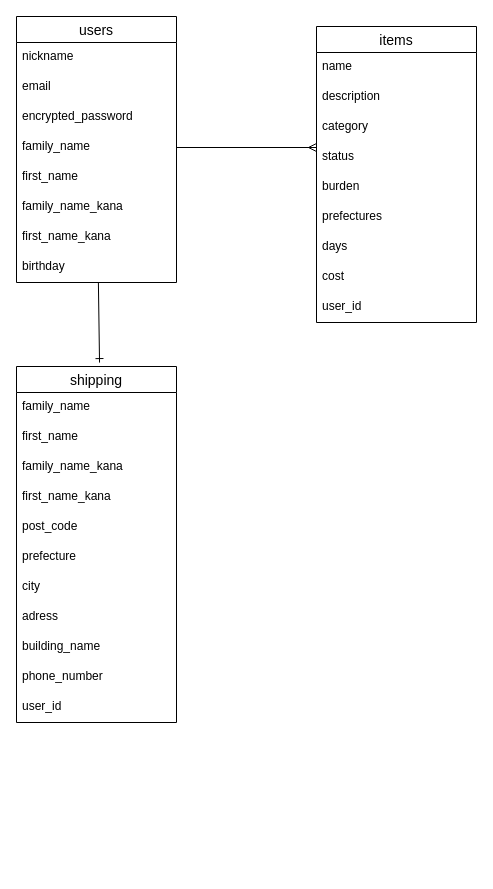
shun-ya/furima-37172 keeps this draw.io diagram as test.dio. Above is the earlier version. Source tidied: cells renumbered, new cells numbered last; positions are measured from the earlier drawing's top-left corner, leaving out a move shared by most shapes. Both pictures are drawn from the tidied source at 100%, with x=0, y=0 at pixel (16, 16).
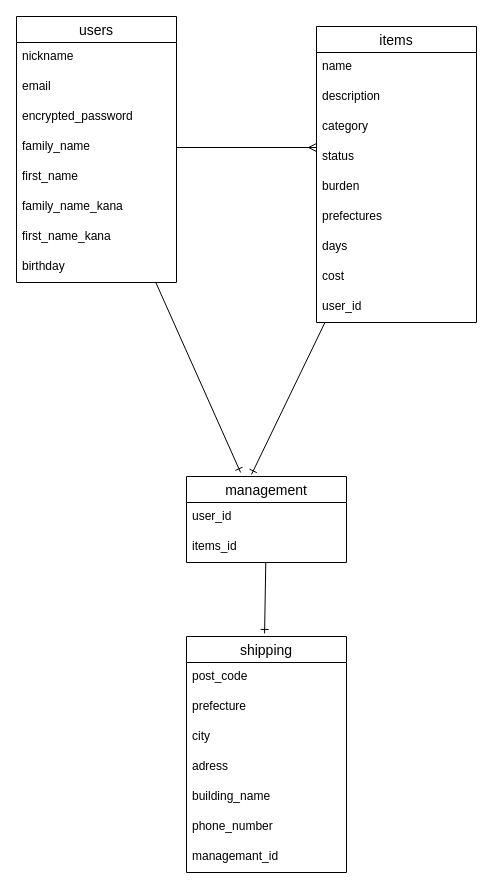
The same diagram, later.

Commit message (it also covers changes not shown here):
データベース修正２

Unchanged cells that the change refers to:
```xml
<mxCell id="3" value="users" style="swimlane;fontStyle=0;horizontal=1;startSize=26;align=center;fontSize=14;" parent="1" vertex="1">
  <mxGeometry width="160" height="266" as="geometry" />
</mxCell>
<mxCell id="12" value="items" style="swimlane;fontStyle=0;horizontal=1;startSize=26;align=center;fontSize=14;" parent="1" vertex="1">
  <mxGeometry x="300" y="10" width="160" height="296" as="geometry" />
</mxCell>
```

Diff of the diagram source:
```diff
@@
-    <mxCell id="2" style="edgeStyle=none;html=1;entryX=0.519;entryY=-0.011;entryDx=0;entryDy=0;entryPerimeter=0;endArrow=ERone;endFill=0;" parent="1" edge="1" source="3" target="23">
-      <mxGeometry relative="1" as="geometry" />
-    </mxCell>
+    <mxCell id="35" style="edgeStyle=none;html=1;entryX=0.338;entryY=-0.047;entryDx=0;entryDy=0;entryPerimeter=0;endArrow=ERone;endFill=0;" parent="1" edge="1" source="3" target="38">
+      <mxGeometry relative="1" as="geometry" />
+    </mxCell>
@@
+    <mxCell id="36" style="edgeStyle=none;html=1;entryX=0.406;entryY=-0.023;entryDx=0;entryDy=0;entryPerimeter=0;endArrow=ERone;endFill=0;" parent="1" edge="1" source="12" target="38">
+      <mxGeometry relative="1" as="geometry" />
+    </mxCell>
@@
     <mxCell id="23" value="shipping" style="swimlane;fontStyle=0;horizontal=1;startSize=26;align=center;fontSize=14;" parent="1" vertex="1">
-      <mxGeometry y="350" width="160" height="356" as="geometry" />
+      <mxGeometry x="170" y="620" width="160" height="236" as="geometry" />
     </mxCell>
-    <mxCell id="24" value="family_name" style="text;strokeColor=none;fillColor=none;spacingLeft=4;spacingRight=4;overflow=hidden;fontSize=12;" parent="23" vertex="1">
-      <mxGeometry y="26" width="160" height="30" as="geometry" />
-    </mxCell>
-    <mxCell id="25" value="first_name" style="text;strokeColor=none;fillColor=none;spacingLeft=4;spacingRight=4;overflow=hidden;fontSize=12;" parent="23" vertex="1">
-      <mxGeometry y="56" width="160" height="30" as="geometry" />
-    </mxCell>
-    <mxCell id="26" value="family_name_kana" style="text;strokeColor=none;fillColor=none;spacingLeft=4;spacingRight=4;overflow=hidden;fontSize=12;" parent="23" vertex="1">
-      <mxGeometry y="86" width="160" height="30" as="geometry" />
-    </mxCell>
-    <mxCell id="27" value="first_name_kana" style="text;strokeColor=none;fillColor=none;spacingLeft=4;spacingRight=4;overflow=hidden;fontSize=12;" parent="23" vertex="1">
-      <mxGeometry y="116" width="160" height="30" as="geometry" />
-    </mxCell>
     <mxCell id="28" value="post_code" style="text;strokeColor=none;fillColor=none;spacingLeft=4;spacingRight=4;overflow=hidden;fontSize=12;" parent="23" vertex="1">
-      <mxGeometry y="146" width="160" height="30" as="geometry" />
+      <mxGeometry y="26" width="160" height="30" as="geometry" />
     </mxCell>
     <mxCell id="29" value="prefecture" style="text;strokeColor=none;fillColor=none;spacingLeft=4;spacingRight=4;overflow=hidden;fontSize=12;" parent="23" vertex="1">
-      <mxGeometry y="176" width="160" height="30" as="geometry" />
+      <mxGeometry y="56" width="160" height="30" as="geometry" />
     </mxCell>
     <mxCell id="30" value="city" style="text;strokeColor=none;fillColor=none;spacingLeft=4;spacingRight=4;overflow=hidden;fontSize=12;" parent="23" vertex="1">
-      <mxGeometry y="206" width="160" height="30" as="geometry" />
+      <mxGeometry y="86" width="160" height="30" as="geometry" />
     </mxCell>
     <mxCell id="31" value="adress" style="text;strokeColor=none;fillColor=none;spacingLeft=4;spacingRight=4;overflow=hidden;fontSize=12;" parent="23" vertex="1">
-      <mxGeometry y="236" width="160" height="30" as="geometry" />
+      <mxGeometry y="116" width="160" height="30" as="geometry" />
     </mxCell>
     <mxCell id="32" value="building_name" style="text;strokeColor=none;fillColor=none;spacingLeft=4;spacingRight=4;overflow=hidden;fontSize=12;" parent="23" vertex="1">
-      <mxGeometry y="266" width="160" height="30" as="geometry" />
+      <mxGeometry y="146" width="160" height="30" as="geometry" />
     </mxCell>
     <mxCell id="33" value="phone_number" style="text;strokeColor=none;fillColor=none;spacingLeft=4;spacingRight=4;overflow=hidden;fontSize=12;" parent="23" vertex="1">
-      <mxGeometry y="296" width="160" height="30" as="geometry" />
+      <mxGeometry y="176" width="160" height="30" as="geometry" />
     </mxCell>
-    <mxCell id="34" value="user_id" style="text;strokeColor=none;fillColor=none;spacingLeft=4;spacingRight=4;overflow=hidden;fontSize=12;" parent="23" vertex="1">
-      <mxGeometry y="326" width="160" height="30" as="geometry" />
+    <mxCell id="34" value="managemant_id" style="text;strokeColor=none;fillColor=none;spacingLeft=4;spacingRight=4;overflow=hidden;fontSize=12;" parent="23" vertex="1">
+      <mxGeometry y="206" width="160" height="30" as="geometry" />
     </mxCell>
+    <mxCell id="37" style="edgeStyle=none;html=1;entryX=0.488;entryY=-0.013;entryDx=0;entryDy=0;entryPerimeter=0;endArrow=ERone;endFill=0;" parent="1" edge="1" source="38" target="23">
+      <mxGeometry relative="1" as="geometry" />
+    </mxCell>
+    <mxCell id="38" value="management" style="swimlane;fontStyle=0;horizontal=1;startSize=26;align=center;fontSize=14;" parent="1" vertex="1">
+      <mxGeometry x="170" y="460" width="160" height="86" as="geometry" />
+    </mxCell>
+    <mxCell id="39" value="user_id" style="text;strokeColor=none;fillColor=none;spacingLeft=4;spacingRight=4;overflow=hidden;fontSize=12;" parent="38" vertex="1">
+      <mxGeometry y="26" width="160" height="30" as="geometry" />
+    </mxCell>
+    <mxCell id="40" value="items_id" style="text;strokeColor=none;fillColor=none;spacingLeft=4;spacingRight=4;overflow=hidden;fontSize=12;" parent="38" vertex="1">
+      <mxGeometry y="56" width="160" height="30" as="geometry" />
+    </mxCell>
```
